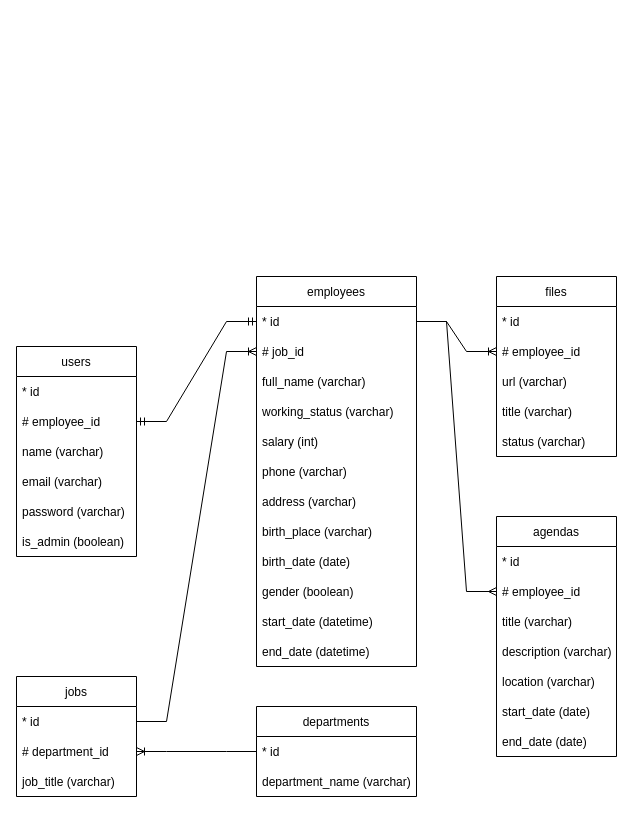
This is dbdesign.drawio from ARSTCreations/web-4th-semester, a draw.io file, before an edit. Source tidied: cells renumbered, new cells numbered last; positions are measured from the earlier drawing's top-left corner, leaving out a move shared by most shapes. Both pictures are drawn from the tidied source at 100%, with x=0, y=0 at pixel (16, 276).
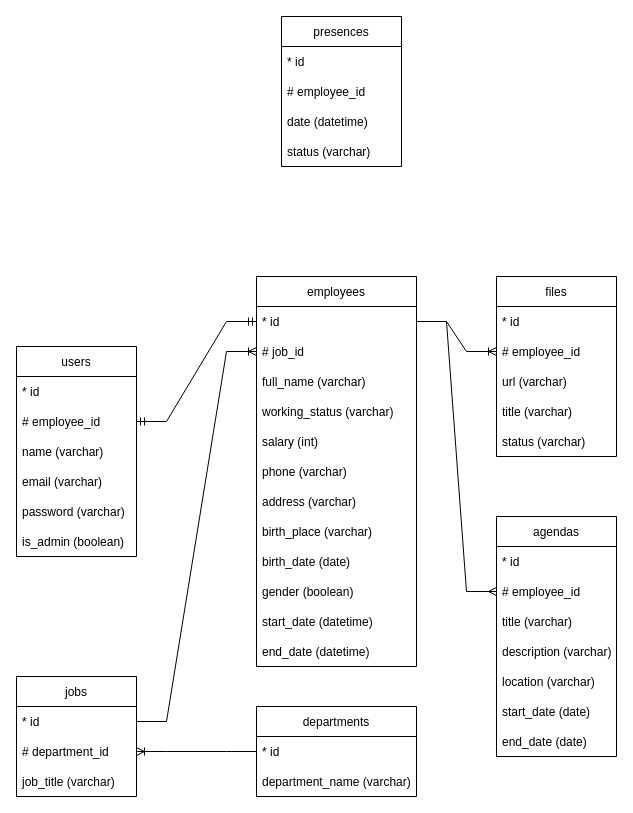
Above is the later version.

The edit, as a diff of the source:
```diff
@@
+    <mxCell id="48" value="presences" style="swimlane;fontStyle=0;horizontal=1;startSize=30;" parent="1" vertex="1">
+      <mxGeometry x="265" y="-260" width="120" height="150" as="geometry" />
+    </mxCell>
+    <mxCell id="49" value="* id" style="text;strokeColor=none;fillColor=none;align=left;verticalAlign=middle;spacingLeft=4;spacingRight=4;overflow=hidden;" parent="48" vertex="1">
+      <mxGeometry y="30" width="120" height="30" as="geometry" />
+    </mxCell>
+    <mxCell id="50" value="# employee_id" style="text;strokeColor=none;fillColor=none;align=left;verticalAlign=middle;spacingLeft=4;spacingRight=4;overflow=hidden;" parent="48" vertex="1">
+      <mxGeometry y="60" width="120" height="30" as="geometry" />
+    </mxCell>
+    <mxCell id="51" value="date (datetime)" style="text;strokeColor=none;fillColor=none;align=left;verticalAlign=middle;spacingLeft=4;spacingRight=4;overflow=hidden;" parent="48" vertex="1">
+      <mxGeometry y="90" width="120" height="30" as="geometry" />
+    </mxCell>
+    <mxCell id="52" value="status (varchar)" style="text;strokeColor=none;fillColor=none;align=left;verticalAlign=middle;spacingLeft=4;spacingRight=4;overflow=hidden;" parent="48" vertex="1">
+      <mxGeometry y="120" width="120" height="30" as="geometry" />
+    </mxCell>
```
